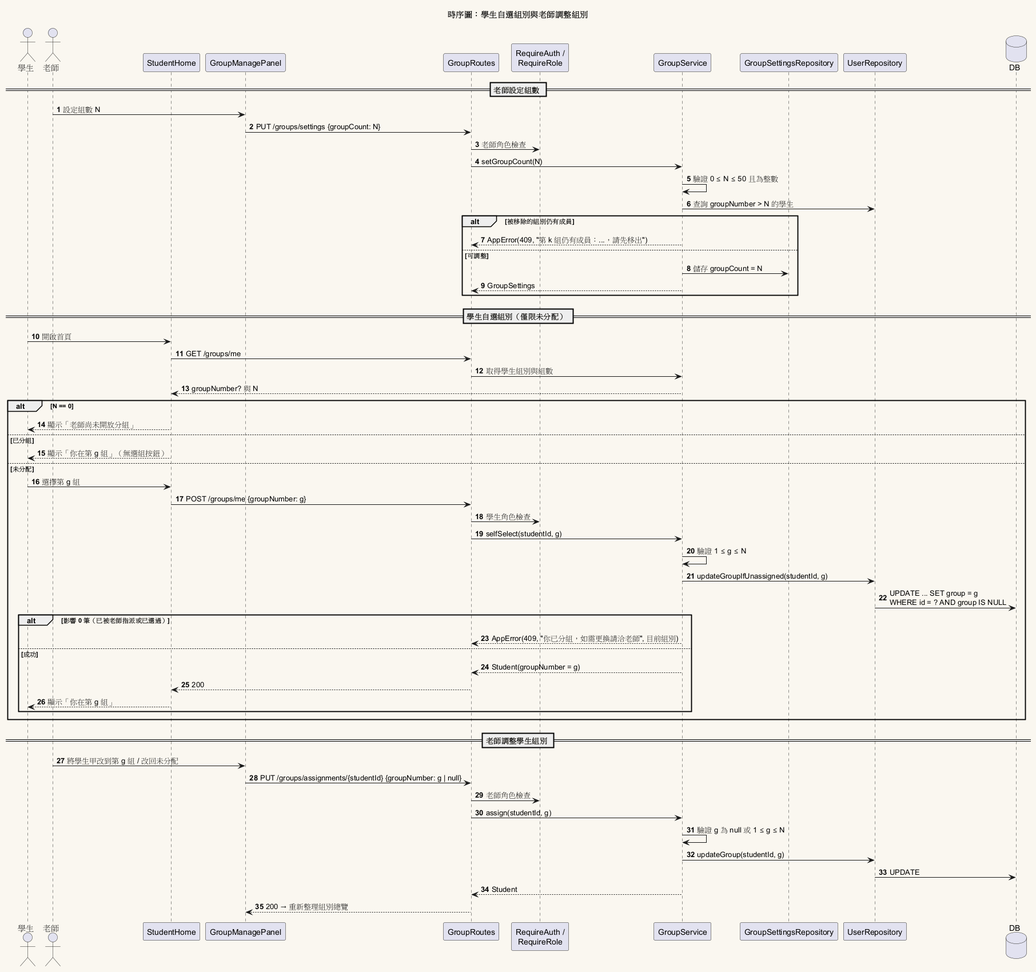
Ennn-1023/SE_project keeps this PlantUML diagram as diagrams/001-sequence-group.png. Above is the earlier version. The source it was exported from:
```plantuml
@startuml 001-sequence-group
title 時序圖：學生自選組別與老師調整組別

skinparam backgroundColor #FAF7F0
skinparam shadowing false
autonumber

actor "學生" as S
actor "老師" as T
participant "StudentHome" as SH
participant "GroupManagePanel" as GM
participant "GroupRoutes" as R
participant "RequireAuth /\nRequireRole" as G
participant "GroupService" as GS
participant "GroupSettingsRepository" as GR
participant "UserRepository" as UR
database "DB" as DB

== 老師設定組數 ==
T -> GM : 設定組數 N
GM -> R : PUT /groups/settings {groupCount: N}
R -> G : 老師角色檢查
R -> GS : setGroupCount(N)
GS -> GS : 驗證 0 ≤ N ≤ 50 且為整數
GS -> UR : 查詢 groupNumber > N 的學生
alt 被移除的組別仍有成員
  GS --> R : AppError(409, "第 k 組仍有成員：...，請先移出")
else 可調整
  GS -> GR : 儲存 groupCount = N
  GS --> R : GroupSettings
end

== 學生自選組別（僅限未分配） ==
S -> SH : 開啟首頁
SH -> R : GET /groups/me
R -> GS : 取得學生組別與組數
GS --> SH : groupNumber? 與 N
alt N == 0
  SH --> S : 顯示「老師尚未開放分組」
else 已分組
  SH --> S : 顯示「你在第 g 組」（無選組按鈕）
else 未分配
  S -> SH : 選擇第 g 組
  SH -> R : POST /groups/me {groupNumber: g}
  R -> G : 學生角色檢查
  R -> GS : selfSelect(studentId, g)
  GS -> GS : 驗證 1 ≤ g ≤ N
  GS -> UR : updateGroupIfUnassigned(studentId, g)
  UR -> DB : UPDATE ... SET group = g\nWHERE id = ? AND group IS NULL
  alt 影響 0 筆（已被老師指派或已選過）
    GS --> R : AppError(409, "你已分組，如需更換請洽老師", 目前組別)
  else 成功
    GS --> R : Student(groupNumber = g)
    R --> SH : 200
    SH --> S : 顯示「你在第 g 組」
  end
end

== 老師調整學生組別 ==
T -> GM : 將學生甲改到第 g 組 / 改回未分配
GM -> R : PUT /groups/assignments/{studentId} {groupNumber: g | null}
R -> G : 老師角色檢查
R -> GS : assign(studentId, g)
GS -> GS : 驗證 g 為 null 或 1 ≤ g ≤ N
GS -> UR : updateGroup(studentId, g)
UR -> DB : UPDATE
GS --> R : Student
R --> GM : 200 → 重新整理組別總覽
@enduml
```
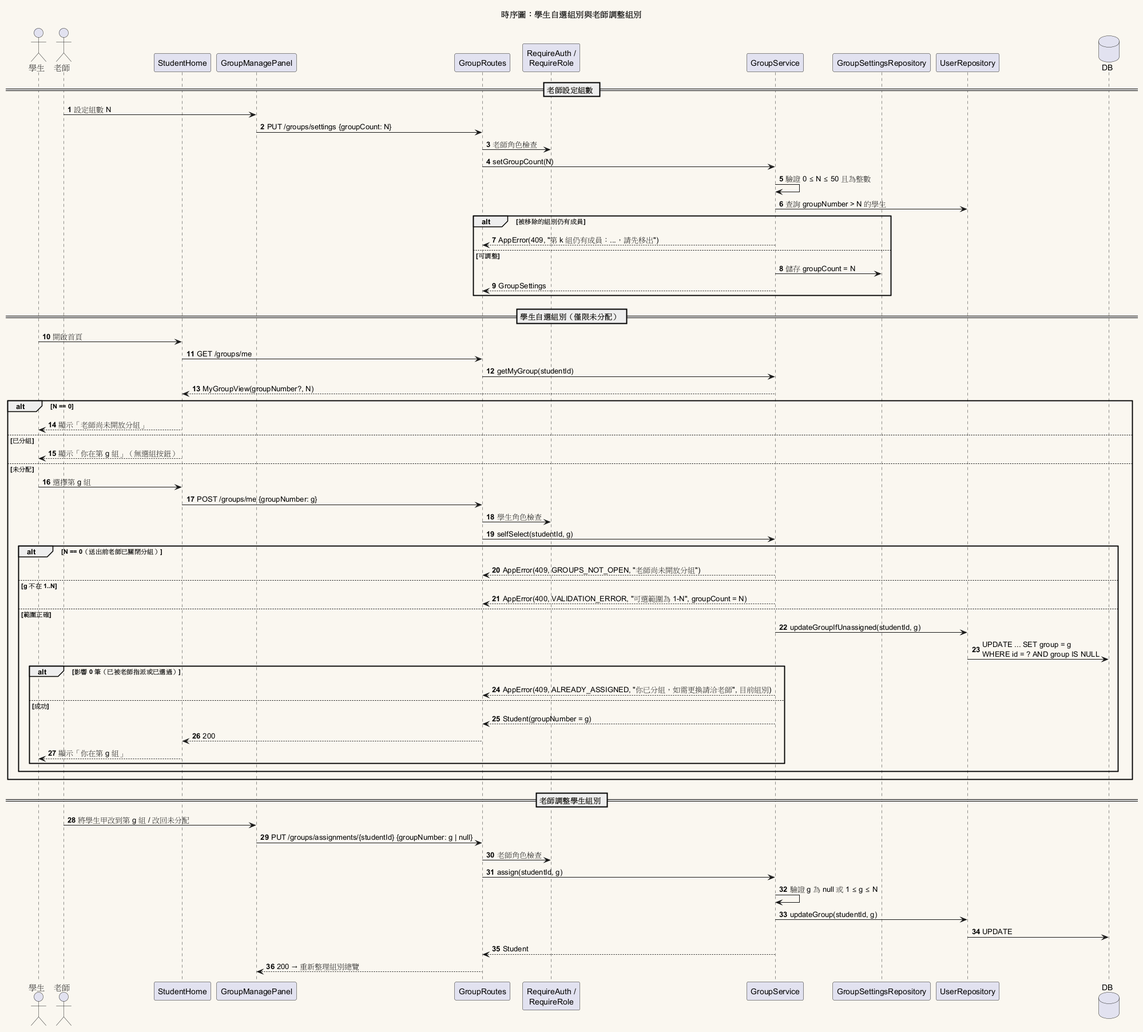
The same file after the commit.

What changed in the source:
```diff
@@ -33,8 +33,8 @@
 == 學生自選組別（僅限未分配） ==
 S -> SH : 開啟首頁
 SH -> R : GET /groups/me
-R -> GS : 取得學生組別與組數
-GS --> SH : groupNumber? 與 N
+R -> GS : getMyGroup(studentId)
+GS --> SH : MyGroupView(groupNumber?, N)
 alt N == 0
   SH --> S : 顯示「老師尚未開放分組」
 else 已分組
@@ -44,15 +44,20 @@
   SH -> R : POST /groups/me {groupNumber: g}
   R -> G : 學生角色檢查
   R -> GS : selfSelect(studentId, g)
-  GS -> GS : 驗證 1 ≤ g ≤ N
-  GS -> UR : updateGroupIfUnassigned(studentId, g)
-  UR -> DB : UPDATE ... SET group = g\nWHERE id = ? AND group IS NULL
-  alt 影響 0 筆（已被老師指派或已選過）
-    GS --> R : AppError(409, "你已分組，如需更換請洽老師", 目前組別)
-  else 成功
-    GS --> R : Student(groupNumber = g)
-    R --> SH : 200
-    SH --> S : 顯示「你在第 g 組」
+  alt N == 0（送出前老師已關閉分組）
+    GS --> R : AppError(409, GROUPS_NOT_OPEN, "老師尚未開放分組")
+  else g 不在 1..N
+    GS --> R : AppError(400, VALIDATION_ERROR, "可選範圍為 1-N", groupCount = N)
+  else 範圍正確
+    GS -> UR : updateGroupIfUnassigned(studentId, g)
+    UR -> DB : UPDATE ... SET group = g\nWHERE id = ? AND group IS NULL
+    alt 影響 0 筆（已被老師指派或已選過）
+      GS --> R : AppError(409, ALREADY_ASSIGNED, "你已分組，如需更換請洽老師", 目前組別)
+    else 成功
+      GS --> R : Student(groupNumber = g)
+      R --> SH : 200
+      SH --> S : 顯示「你在第 g 組」
+    end
   end
 end
 
```
